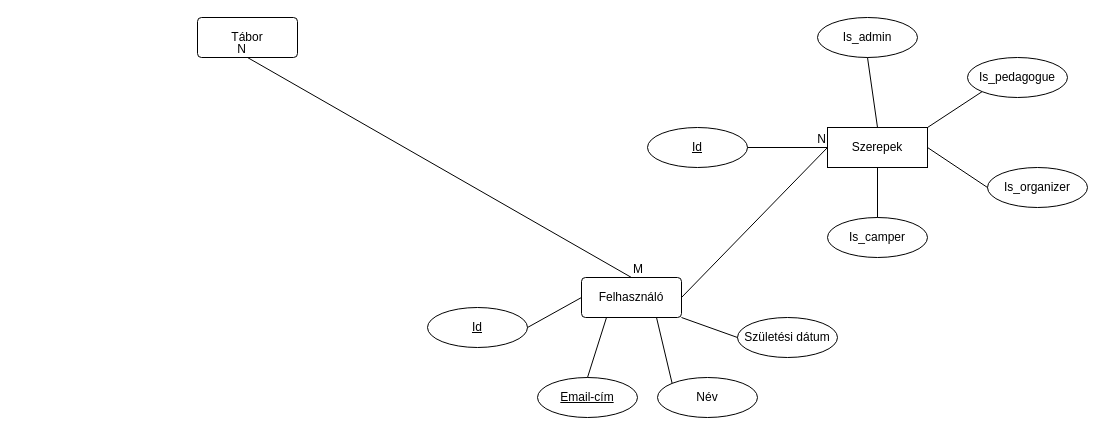
Earlier version of the draw.io diagram nyari-tabor-foglalo-EK-diagram.drawio (fabbernatvasvari/251103-nyari-tabor-foglalo-full). Source tidied: cells renumbered, new cells numbered last; positions are measured from the earlier drawing's top-left corner, leaving out a move shared by most shapes. Both pictures are drawn from the tidied source at 100%, with x=0, y=0 at pixel (197, 17).
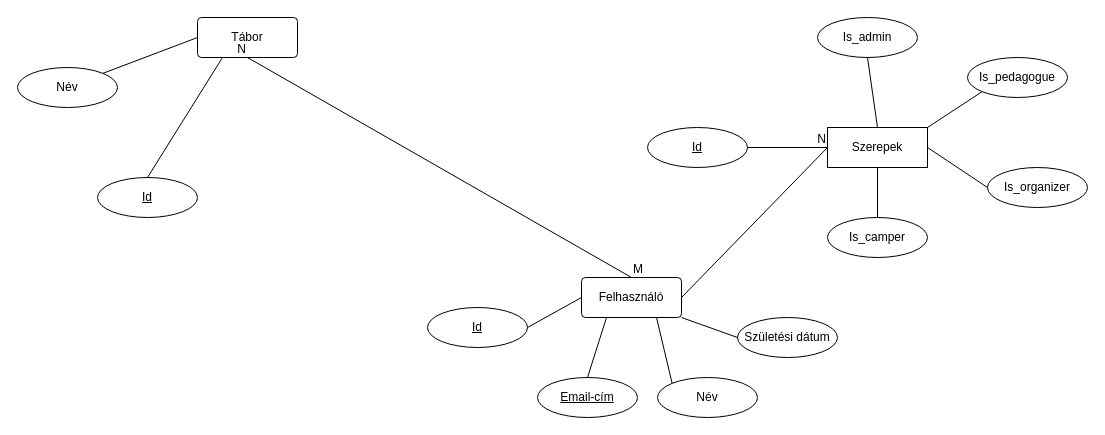
The same diagram, later.

The change refers to these unchanged cells:
```xml
<mxCell id="3" value="Tábor" style="rounded=1;arcSize=10;whiteSpace=wrap;html=1;align=center;" parent="1" vertex="1">
  <mxGeometry width="100" height="40" as="geometry" />
</mxCell>
```

What changed in the source:
```diff
@@
+    <mxCell id="28" value="Id" style="ellipse;whiteSpace=wrap;html=1;align=center;fontStyle=4;" parent="1" vertex="1">
+      <mxGeometry x="-100" y="160" width="100" height="40" as="geometry" />
+    </mxCell>
+    <mxCell id="29" value="Név" style="ellipse;whiteSpace=wrap;html=1;align=center;" parent="1" vertex="1">
+      <mxGeometry x="-180" y="50" width="100" height="40" as="geometry" />
+    </mxCell>
+    <mxCell id="30" style="endArrow=none;html=1;rounded=0;entryX=1;entryY=0;entryDx=0;entryDy=0;exitX=0;exitY=0.5;exitDx=0;exitDy=0;" parent="1" edge="1" source="3" target="29">
+      <mxGeometry relative="1" as="geometry" />
+    </mxCell>
+    <mxCell id="31" style="endArrow=none;html=1;rounded=0;entryX=0.5;entryY=0;entryDx=0;entryDy=0;exitX=0.25;exitY=1;exitDx=0;exitDy=0;" parent="1" edge="1" source="3" target="28">
+      <mxGeometry relative="1" as="geometry" />
+    </mxCell>
```
